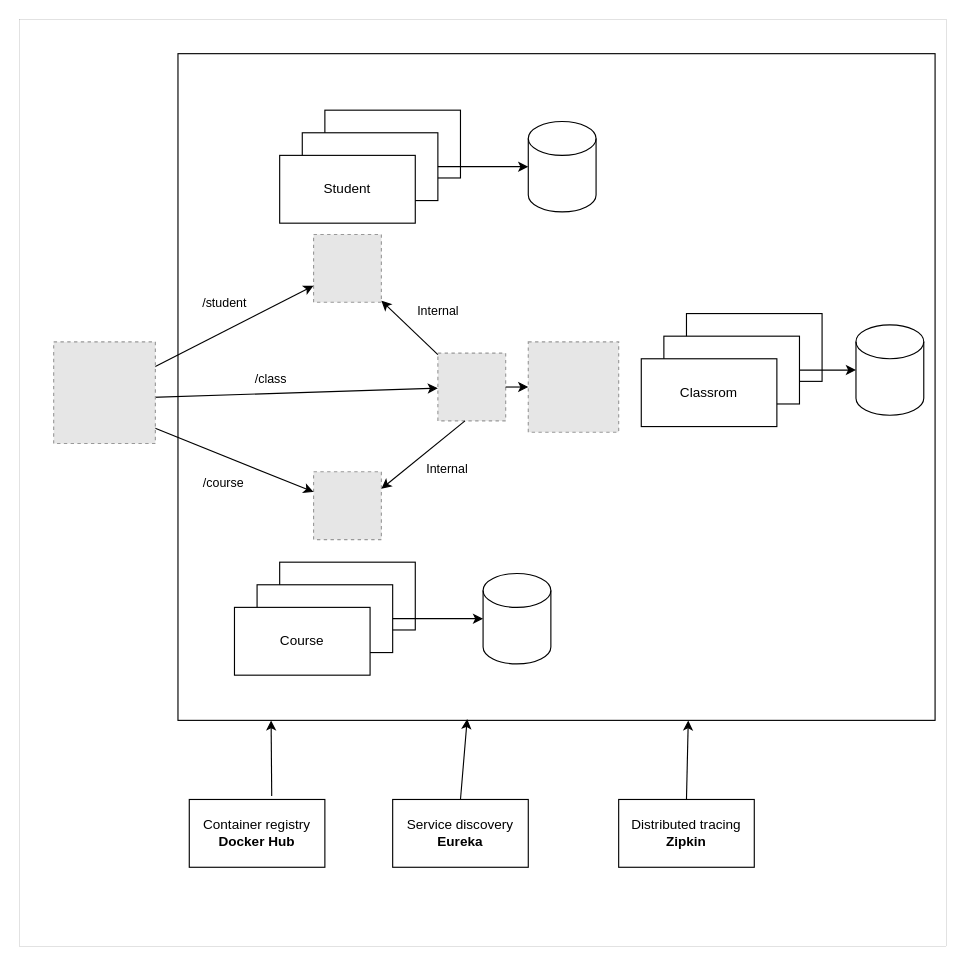
kamil20020/Students-spring-cloud_09-2024 keeps this draw.io diagram as project/architecture.drawio. Above is the earlier version. Source tidied: cells renumbered, new cells numbered last; positions are measured from the earlier drawing's top-left corner, leaving out a move shared by most shapes. Both pictures are drawn from the tidied source at 113%, with x=0, y=0 at pixel (19, 19). Pictures stored in the file or linked from it are replaced by grey dashed boxes.
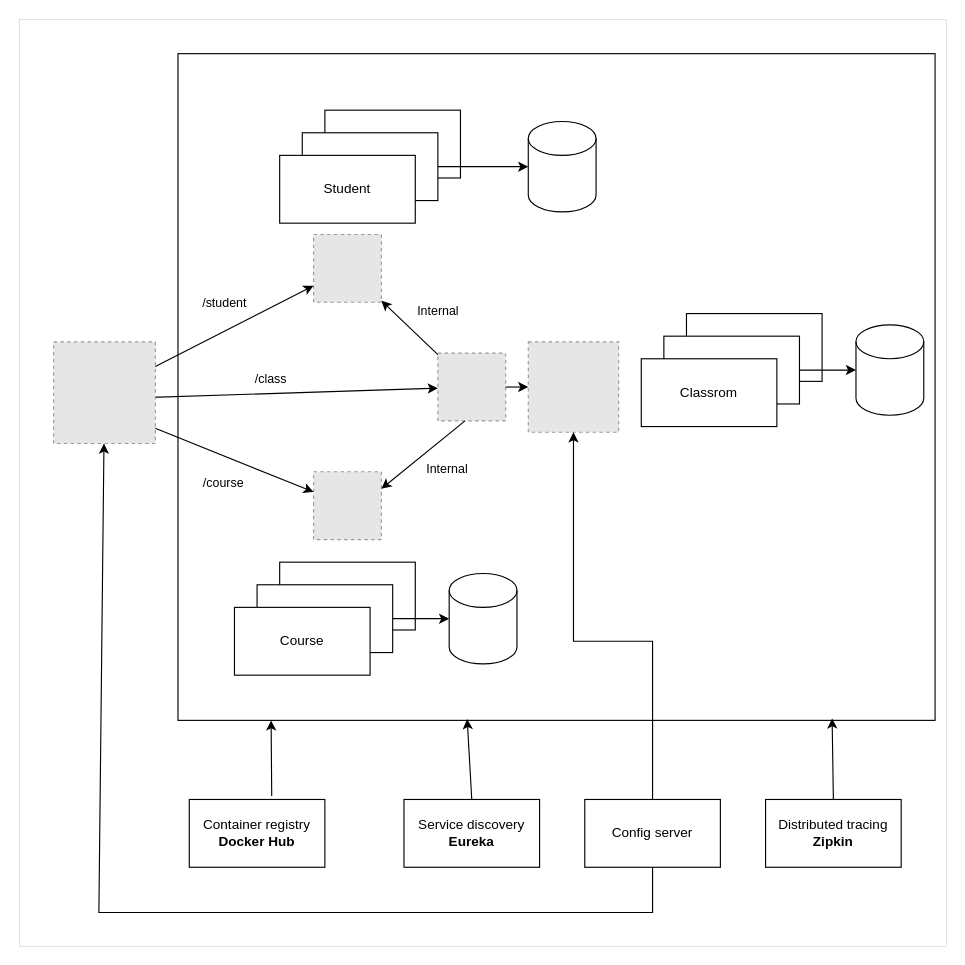
Above is the later version.

The change refers to these unchanged cells:
```xml
<mxCell id="3" style="rounded=0;whiteSpace=wrap;html=1;" parent="1" vertex="1">
  <mxGeometry x="140" y="30" width="670" height="590" as="geometry" />
</mxCell>
<mxCell id="32" style="fillColor=#E6E6E6;strokeColor=#999999;dashed=1;verticalLabelPosition=bottom;labelBackgroundColor=default;verticalAlign=top;" parent="1" vertex="1">
  <mxGeometry x="30" y="285" width="90" height="90" as="geometry" />
</mxCell>
<mxCell id="39" style="fillColor=#E6E6E6;strokeColor=#999999;dashed=1;verticalLabelPosition=bottom;labelBackgroundColor=default;verticalAlign=top;" parent="1" vertex="1">
  <mxGeometry x="450" y="285" width="80" height="80" as="geometry" />
</mxCell>
```

What changed in the source:
```diff
@@
     <mxCell id="17" style="shape=cylinder3;whiteSpace=wrap;html=1;boundedLbl=1;backgroundOutline=1;size=15;" parent="1" vertex="1">
-      <mxGeometry x="410" y="490" width="60" height="80" as="geometry" />
+      <mxGeometry x="380" y="490" width="60" height="80" as="geometry" />
     </mxCell>
@@
     <mxCell id="34" value="&lt;div&gt;Service discovery&lt;/div&gt;&lt;b&gt;Eureka&lt;/b&gt;" style="rounded=0;whiteSpace=wrap;html=1;" parent="1" vertex="1">
-      <mxGeometry x="330" y="690" width="120" height="60" as="geometry" />
+      <mxGeometry x="340" y="690" width="120" height="60" as="geometry" />
     </mxCell>
@@
     <mxCell id="37" value="Distributed tracing&lt;br&gt;&lt;b&gt;Zipkin&lt;/b&gt;" style="rounded=0;whiteSpace=wrap;html=1;" parent="1" vertex="1">
-      <mxGeometry x="530" y="690" width="120" height="60" as="geometry" />
+      <mxGeometry x="660" y="690" width="120" height="60" as="geometry" />
     </mxCell>
-    <mxCell id="38" style="endArrow=classic;html=1;rounded=0;exitX=0.5;exitY=0;exitDx=0;exitDy=0;entryX=0.674;entryY=1;entryDx=0;entryDy=0;entryPerimeter=0;" parent="1" edge="1" source="37" target="3">
+    <mxCell id="38" style="endArrow=classic;html=1;rounded=0;exitX=0.5;exitY=0;exitDx=0;exitDy=0;entryX=0.864;entryY=0.997;entryDx=0;entryDy=0;entryPerimeter=0;" parent="1" edge="1" source="37" target="3">
       <mxGeometry relative="1" as="geometry" />
     </mxCell>
@@
+    <mxCell id="41" value="Config server" style="rounded=0;whiteSpace=wrap;html=1;" parent="1" vertex="1">
+      <mxGeometry x="500" y="690" width="120" height="60" as="geometry" />
+    </mxCell>
+    <mxCell id="42" style="endArrow=classic;html=1;rounded=0;" parent="1" edge="1" source="41" target="32">
+      <mxGeometry relative="1" as="geometry">
+        <Array as="points">
+          <mxPoint x="560" y="790" />
+          <mxPoint x="70" y="790" />
+        </Array>
+      </mxGeometry>
+    </mxCell>
+    <mxCell id="43" style="endArrow=classic;html=1;rounded=0;" parent="1" edge="1" target="39">
+      <mxGeometry relative="1" as="geometry">
+        <mxPoint x="560" y="690" as="sourcePoint" />
+        <Array as="points">
+          <mxPoint x="560" y="550" />
+          <mxPoint x="490" y="550" />
+          <mxPoint x="490" y="450" />
+        </Array>
+      </mxGeometry>
+    </mxCell>
```
